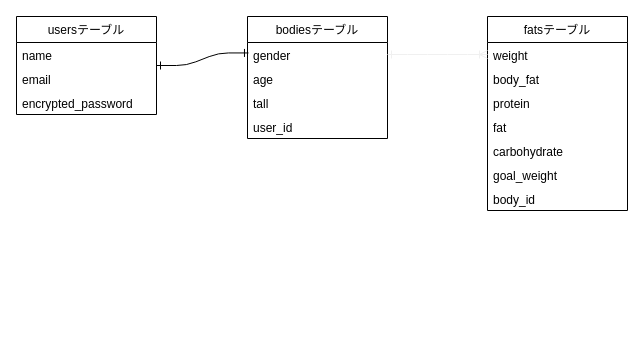
Above: designdb.dio in HSKINK/bodyrecord (draw.io), before the change. Source tidied: cells renumbered, new cells numbered last; positions are measured from the earlier drawing's top-left corner, leaving out a move shared by most shapes. Both pictures are drawn from the tidied source at 100%, with x=0, y=0 at pixel (16, 16).
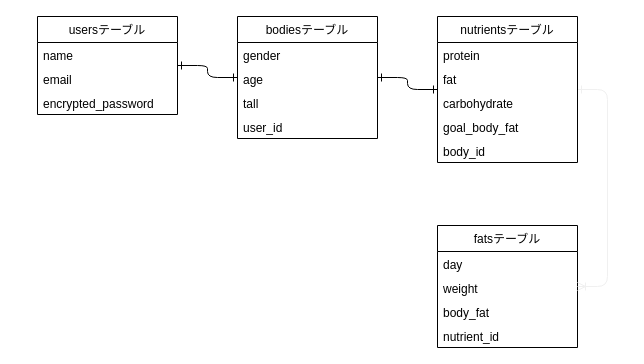
The same diagram, later.

The change refers to these unchanged cells:
```xml
<mxCell id="15" value="gender" style="text;strokeColor=none;fillColor=none;align=left;verticalAlign=top;spacingLeft=4;spacingRight=4;overflow=hidden;points=[[0,0.5],[1,0.5]];portConstraint=eastwest;" parent="14" vertex="1">
  <mxGeometry y="26" width="140" height="24" as="geometry" />
</mxCell>
```

What changed in the source:
```diff
@@
     <mxCell id="2" value="usersテーブル" style="swimlane;fontStyle=0;horizontal=1;startSize=26;" parent="1" vertex="1">
-      <mxGeometry width="140" height="98" as="geometry" />
+      <mxGeometry x="21" width="140" height="98" as="geometry" />
     </mxCell>
@@
     <mxCell id="6" value="fatsテーブル" style="swimlane;fontStyle=0;horizontal=1;startSize=26;" parent="1" vertex="1">
-      <mxGeometry x="471" width="140" height="194" as="geometry" />
+      <mxGeometry x="421" y="209" width="140" height="122" as="geometry" />
     </mxCell>
+    <mxCell id="21" value="day" style="text;strokeColor=none;fillColor=none;align=left;verticalAlign=top;spacingLeft=4;spacingRight=4;overflow=hidden;" parent="6" vertex="1">
+      <mxGeometry y="26" width="140" height="24" as="geometry" />
+    </mxCell>
     <mxCell id="7" value="weight" style="text;strokeColor=none;fillColor=none;align=left;verticalAlign=top;spacingLeft=4;spacingRight=4;overflow=hidden;points=[[0,0.5],[1,0.5]];portConstraint=eastwest;" parent="6" vertex="1">
-      <mxGeometry y="26" width="140" height="24" as="geometry" />
+      <mxGeometry y="50" width="140" height="24" as="geometry" />
     </mxCell>
     <mxCell id="8" value="body_fat" style="text;strokeColor=none;fillColor=none;align=left;verticalAlign=top;spacingLeft=4;spacingRight=4;overflow=hidden;" parent="6" vertex="1">
-      <mxGeometry y="50" width="140" height="24" as="geometry" />
+      <mxGeometry y="74" width="140" height="24" as="geometry" />
     </mxCell>
-    <mxCell id="9" value="protein" style="text;strokeColor=none;fillColor=none;align=left;verticalAlign=top;spacingLeft=4;spacingRight=4;overflow=hidden;" parent="6" vertex="1">
-      <mxGeometry y="74" width="140" height="24" as="geometry" />
-    </mxCell>
-    <mxCell id="10" value="fat" style="text;strokeColor=none;fillColor=none;align=left;verticalAlign=top;spacingLeft=4;spacingRight=4;overflow=hidden;" parent="6" vertex="1">
-      <mxGeometry y="98" width="140" height="24" as="geometry" />
-    </mxCell>
-    <mxCell id="11" value="carbohydrate" style="text;strokeColor=none;fillColor=none;align=left;verticalAlign=top;spacingLeft=4;spacingRight=4;overflow=hidden;" parent="6" vertex="1">
-      <mxGeometry y="122" width="140" height="24" as="geometry" />
-    </mxCell>
-    <mxCell id="12" value="goal_weight" style="text;strokeColor=none;fillColor=none;align=left;verticalAlign=top;spacingLeft=4;spacingRight=4;overflow=hidden;" parent="6" vertex="1">
-      <mxGeometry y="146" width="140" height="24" as="geometry" />
-    </mxCell>
-    <mxCell id="13" value="body_id" style="text;strokeColor=none;fillColor=none;align=left;verticalAlign=top;spacingLeft=4;spacingRight=4;overflow=hidden;" parent="6" vertex="1">
-      <mxGeometry y="170" width="140" height="24" as="geometry" />
-    </mxCell>
+    <mxCell id="22" value="nutrient_id" style="text;strokeColor=none;fillColor=none;align=left;verticalAlign=top;spacingLeft=4;spacingRight=4;overflow=hidden;" parent="6" vertex="1">
+      <mxGeometry y="98" width="140" height="24" as="geometry" />
+    </mxCell>
     <mxCell id="14" value="bodiesテーブル" style="swimlane;fontStyle=0;horizontal=1;startSize=26;" parent="1" vertex="1">
-      <mxGeometry x="231" width="140" height="122" as="geometry" />
+      <mxGeometry x="221" width="140" height="122" as="geometry" />
     </mxCell>
@@
-    <mxCell id="19" style="edgeStyle=entityRelationEdgeStyle;fontSize=12;html=1;endArrow=ERone;endFill=0;targetPerimeterSpacing=0;sourcePerimeterSpacing=0;startArrow=ERone;startFill=0;exitX=0.007;exitY=0.435;exitDx=0;exitDy=0;exitPerimeter=0;" parent="1" edge="1" source="15" target="2">
+    <mxCell id="19" style="edgeStyle=entityRelationEdgeStyle;fontSize=12;html=1;endArrow=ERone;endFill=0;targetPerimeterSpacing=0;sourcePerimeterSpacing=0;startArrow=ERone;startFill=0;" parent="1" edge="1" source="14" target="2">
       <mxGeometry relative="1" as="geometry" />
     </mxCell>
-    <mxCell id="20" style="edgeStyle=entityRelationEdgeStyle;fontSize=12;html=1;endArrow=ERoneToMany;sourcePerimeterSpacing=0;targetPerimeterSpacing=0;strokeColor=#f0f0f0;entryX=0;entryY=0.5;entryDx=0;entryDy=0;startArrow=ERone;startFill=0;endFill=0;" parent="1" edge="1" source="15" target="7">
+    <mxCell id="20" style="edgeStyle=entityRelationEdgeStyle;fontSize=12;html=1;endArrow=ERoneToMany;sourcePerimeterSpacing=0;targetPerimeterSpacing=0;strokeColor=#f0f0f0;startArrow=ERone;startFill=0;endFill=0;" parent="1" edge="1" source="23" target="6">
       <mxGeometry relative="1" as="geometry" />
     </mxCell>
+    <mxCell id="23" value="nutrientsテーブル" style="swimlane;fontStyle=0;horizontal=1;startSize=26;" parent="1" vertex="1">
+      <mxGeometry x="421" width="140" height="146" as="geometry" />
+    </mxCell>
+    <mxCell id="9" value="protein" style="text;strokeColor=none;fillColor=none;align=left;verticalAlign=top;spacingLeft=4;spacingRight=4;overflow=hidden;" parent="23" vertex="1">
+      <mxGeometry y="26" width="140" height="24" as="geometry" />
+    </mxCell>
+    <mxCell id="10" value="fat" style="text;strokeColor=none;fillColor=none;align=left;verticalAlign=top;spacingLeft=4;spacingRight=4;overflow=hidden;" parent="23" vertex="1">
+      <mxGeometry y="50" width="140" height="24" as="geometry" />
+    </mxCell>
+    <mxCell id="11" value="carbohydrate" style="text;strokeColor=none;fillColor=none;align=left;verticalAlign=top;spacingLeft=4;spacingRight=4;overflow=hidden;" parent="23" vertex="1">
+      <mxGeometry y="74" width="140" height="24" as="geometry" />
+    </mxCell>
+    <mxCell id="12" value="goal_body_fat" style="text;strokeColor=none;fillColor=none;align=left;verticalAlign=top;spacingLeft=4;spacingRight=4;overflow=hidden;" parent="23" vertex="1">
+      <mxGeometry y="98" width="140" height="24" as="geometry" />
+    </mxCell>
+    <mxCell id="13" value="body_id" style="text;strokeColor=none;fillColor=none;align=left;verticalAlign=top;spacingLeft=4;spacingRight=4;overflow=hidden;" parent="23" vertex="1">
+      <mxGeometry y="122" width="140" height="24" as="geometry" />
+    </mxCell>
+    <mxCell id="24" style="edgeStyle=entityRelationEdgeStyle;fontSize=12;html=1;endArrow=ERone;endFill=0;targetPerimeterSpacing=0;sourcePerimeterSpacing=0;startArrow=ERone;startFill=0;" parent="1" edge="1" source="23" target="14">
+      <mxGeometry relative="1" as="geometry" />
+    </mxCell>
```
